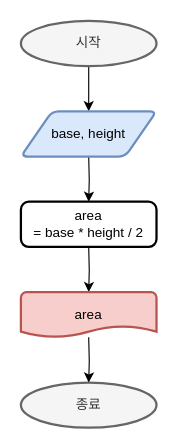
Earlier version of the draw.io diagram Exam 2 Triangle.drawio (hyeokjulee/algorithm0). Source tidied: cells renumbered, new cells numbered last; positions are measured from the earlier drawing's top-left corner, leaving out a move shared by most shapes. Both pictures are drawn from the tidied source at 113%, with x=0, y=0 at pixel (20, 20).
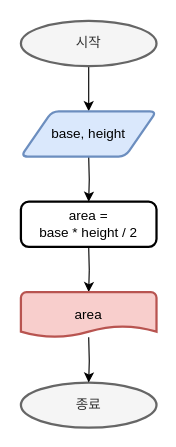
The same diagram, later.

Diff of the diagram source:
```diff
@@
 <mxGraphModel>
   <root>
     <mxCell id="0" />
     <mxCell id="1" parent="0" />
     <mxCell id="2" style="edgeStyle=orthogonalEdgeStyle;rounded=0;jettySize=auto;html=1;" parent="1" edge="1" source="3">
       <mxGeometry relative="1" as="geometry">
         <mxPoint x="60" y="80" as="targetPoint" />
       </mxGeometry>
     </mxCell>
     <mxCell id="3" value="시작" style="strokeWidth=2;html=1;shape=mxgraph.flowchart.start_1;whiteSpace=wrap;fillColor=#f5f5f5;fontColor=#333333;strokeColor=#666666;" parent="1" vertex="1">
       <mxGeometry width="120" height="40" as="geometry" />
     </mxCell>
     <mxCell id="4" value="종료" style="strokeWidth=2;html=1;shape=mxgraph.flowchart.start_1;whiteSpace=wrap;fillColor=#f5f5f5;fontColor=#333333;strokeColor=#666666;" parent="1" vertex="1">
       <mxGeometry y="320" width="120" height="40" as="geometry" />
     </mxCell>
     <mxCell id="5" style="edgeStyle=orthogonalEdgeStyle;rounded=0;orthogonalLoop=1;jettySize=auto;html=1;" parent="1" edge="1">
       <mxGeometry relative="1" as="geometry">
         <mxPoint x="60" y="120" as="sourcePoint" />
         <mxPoint x="60" y="160" as="targetPoint" />
       </mxGeometry>
     </mxCell>
     <mxCell id="6" style="edgeStyle=orthogonalEdgeStyle;rounded=0;orthogonalLoop=1;jettySize=auto;html=1;" parent="1" edge="1">
       <mxGeometry relative="1" as="geometry">
         <mxPoint x="60" y="200" as="sourcePoint" />
         <mxPoint x="60" y="240" as="targetPoint" />
       </mxGeometry>
     </mxCell>
     <mxCell id="7" style="edgeStyle=orthogonalEdgeStyle;rounded=0;jettySize=auto;html=1;" parent="1" edge="1" target="4">
       <mxGeometry relative="1" as="geometry">
         <mxPoint x="60" y="280" as="sourcePoint" />
       </mxGeometry>
     </mxCell>
     <mxCell id="8" value="base, height" style="shape=parallelogram;html=1;strokeWidth=2;perimeter=parallelogramPerimeter;whiteSpace=wrap;rounded=1;arcSize=12;size=0.23;fillColor=#dae8fc;strokeColor=#6c8ebf;" parent="1" vertex="1">
       <mxGeometry y="80" width="120" height="40" as="geometry" />
     </mxCell>
     <mxCell id="9" value="area" style="strokeWidth=2;html=1;shape=mxgraph.flowchart.document2;whiteSpace=wrap;size=0.25;fillColor=#f8cecc;strokeColor=#b85450;" parent="1" vertex="1">
       <mxGeometry y="240" width="120" height="40" as="geometry" />
     </mxCell>
-    <mxCell id="10" value="area&lt;br&gt;= base * height / 2" style="rounded=1;whiteSpace=wrap;html=1;absoluteArcSize=1;arcSize=14;strokeWidth=2;" parent="1" vertex="1">
+    <mxCell id="10" value="area = &lt;br&gt;base * height / 2" style="rounded=1;whiteSpace=wrap;html=1;absoluteArcSize=1;arcSize=14;strokeWidth=2;" parent="1" vertex="1">
       <mxGeometry y="160" width="120" height="40" as="geometry" />
     </mxCell>
   </root>
 </mxGraphModel>
```
